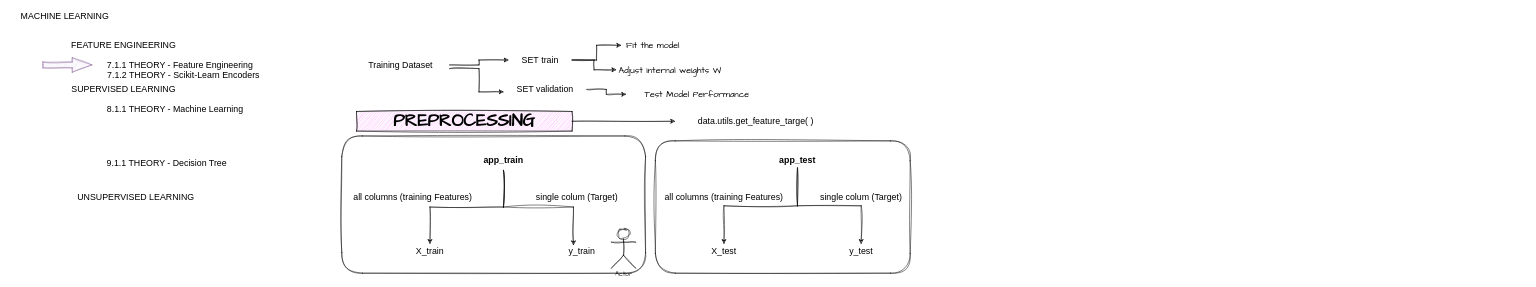
Innoktiv/Anyone-AI keeps this draw.io diagram as Sprint2.drawio. Above is the earlier version. Source tidied: cells renumbered, new cells numbered last; positions are measured from the earlier drawing's top-left corner, leaving out a move shared by most shapes. Both pictures are drawn from the tidied source at 49%, with x=0, y=0 at pixel (8, 8).
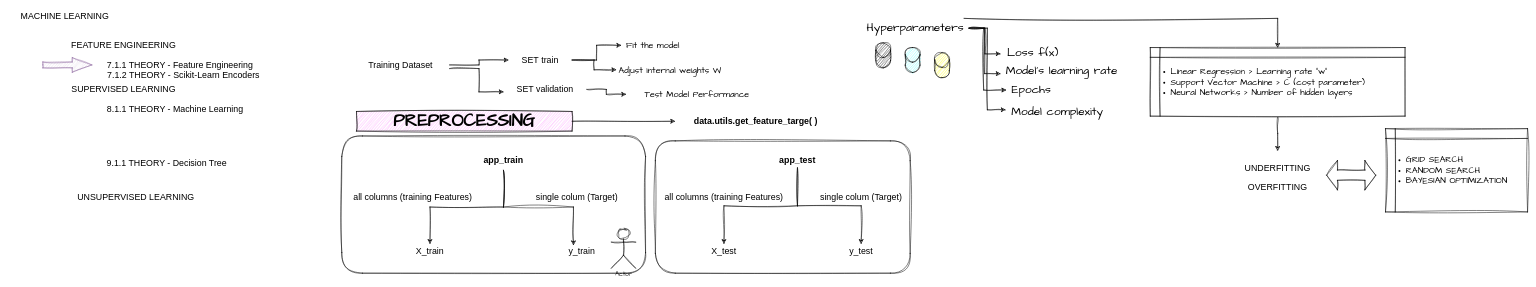
Above is the later version.

Change to the diagram source:
```diff
@@
-    <mxCell id="41" value="&lt;font face=&quot;Helvetica&quot; style=&quot;font-size: 18px;&quot;&gt;data.utils.get_feature_targe( )&lt;br&gt;&lt;/font&gt;" style="text;html=1;align=center;verticalAlign=middle;whiteSpace=wrap;rounded=0;fontFamily=Architects Daughter;" parent="1" vertex="1">
+    <mxCell id="41" value="&lt;font style=&quot;font-size: 18px;&quot; face=&quot;Helvetica&quot;&gt;data.utils.get_feature_targe( )&lt;br&gt;&lt;/font&gt;" style="text;html=1;align=center;verticalAlign=middle;whiteSpace=wrap;rounded=0;fontFamily=Architects Daughter;fontStyle=1;" parent="1" vertex="1">
       <mxGeometry x="1360" y="215" width="330" height="30" as="geometry" />
     </mxCell>
+    <mxCell id="42" style="shape=cylinder3;whiteSpace=wrap;html=1;boundedLbl=1;backgroundOutline=1;size=15;sketch=1;hachureGap=4;jiggle=2;curveFitting=1;fontFamily=Architects Daughter;fillColor=#000000;" parent="1" vertex="1">
+      <mxGeometry x="1770" y="70" width="30" height="51" as="geometry" />
+    </mxCell>
+    <mxCell id="43" style="shape=cylinder3;whiteSpace=wrap;html=1;boundedLbl=1;backgroundOutline=1;size=15;sketch=1;hachureGap=4;jiggle=2;curveFitting=1;fontFamily=Architects Daughter;fillColor=#66FFFF;" parent="1" vertex="1">
+      <mxGeometry x="1830" y="79.5" width="30" height="51" as="geometry" />
+    </mxCell>
+    <mxCell id="44" style="shape=cylinder3;whiteSpace=wrap;html=1;boundedLbl=1;backgroundOutline=1;size=15;sketch=1;hachureGap=4;jiggle=2;curveFitting=1;fontFamily=Architects Daughter;fillColor=#FFFF00;" parent="1" vertex="1">
+      <mxGeometry x="1890" y="90" width="30" height="51" as="geometry" />
+    </mxCell>
+    <mxCell id="45" style="edgeStyle=orthogonalEdgeStyle;rounded=0;sketch=1;hachureGap=4;jiggle=2;curveFitting=1;jettySize=auto;html=1;fontFamily=Architects Daughter;entryX=0.5;entryY=0;entryDx=0;entryDy=0;" parent="1" edge="1" target="56">
+      <mxGeometry relative="1" as="geometry">
+        <mxPoint x="1950" y="20" as="sourcePoint" />
+        <Array as="points">
+          <mxPoint x="2590" y="20" />
+        </Array>
+      </mxGeometry>
+    </mxCell>
+    <mxCell id="46" value="&lt;font style=&quot;font-size: 24px;&quot;&gt;Hyperparameters&lt;/font&gt;" style="text;html=1;align=center;verticalAlign=middle;points=[];strokeColor=none;fillColor=none;fontFamily=Architects Daughter;" parent="1" vertex="1">
+      <mxGeometry x="1740" y="20" width="220" height="40" as="geometry" />
+    </mxCell>
+    <mxCell id="47" value="&lt;font style=&quot;font-size: 24px;&quot;&gt;Loss f(x)&lt;/font&gt;" style="text;html=1;align=center;verticalAlign=middle;points=[];strokeColor=none;fillColor=none;fontFamily=Architects Daughter;" parent="1" vertex="1">
+      <mxGeometry x="2025" y="70" width="130" height="40" as="geometry" />
+    </mxCell>
+    <mxCell id="48" value="&lt;font style=&quot;font-size: 24px;&quot;&gt;Model's learning rate&lt;/font&gt;" style="text;html=1;align=center;verticalAlign=middle;points=[];strokeColor=none;fillColor=none;fontFamily=Architects Daughter;" parent="1" vertex="1">
+      <mxGeometry x="2024" y="106" width="250" height="40" as="geometry" />
+    </mxCell>
+    <mxCell id="49" value="&lt;font style=&quot;font-size: 24px;&quot;&gt;Epochs&lt;/font&gt;" style="text;html=1;align=center;verticalAlign=middle;points=[];strokeColor=none;fillColor=none;fontFamily=Architects Daughter;fontStyle=0;" parent="1" vertex="1">
+      <mxGeometry x="2037" y="146" width="100" height="40" as="geometry" />
+    </mxCell>
+    <mxCell id="50" style="edgeStyle=orthogonalEdgeStyle;rounded=0;sketch=1;hachureGap=4;jiggle=2;curveFitting=1;jettySize=auto;html=1;entryX=-0.006;entryY=0.56;entryDx=0;entryDy=0;entryPerimeter=0;fontFamily=Architects Daughter;" parent="1" edge="1" source="46" target="47">
+      <mxGeometry relative="1" as="geometry" />
+    </mxCell>
+    <mxCell id="51" style="edgeStyle=orthogonalEdgeStyle;rounded=0;sketch=1;hachureGap=4;jiggle=2;curveFitting=1;jettySize=auto;html=1;entryX=-0.012;entryY=0.506;entryDx=0;entryDy=0;entryPerimeter=0;fontFamily=Architects Daughter;" parent="1" edge="1" source="46" target="49">
+      <mxGeometry relative="1" as="geometry">
+        <Array as="points">
+          <mxPoint x="1990" y="40" />
+          <mxPoint x="1990" y="166" />
+        </Array>
+      </mxGeometry>
+    </mxCell>
+    <mxCell id="52" style="edgeStyle=orthogonalEdgeStyle;rounded=0;sketch=1;hachureGap=4;jiggle=2;curveFitting=1;jettySize=auto;html=1;entryX=0.001;entryY=0.67;entryDx=0;entryDy=0;entryPerimeter=0;fontFamily=Architects Daughter;" parent="1" edge="1" source="46" target="48">
+      <mxGeometry relative="1" as="geometry" />
+    </mxCell>
+    <mxCell id="53" value="&lt;font style=&quot;font-size: 24px;&quot;&gt;Model complexity&lt;/font&gt;" style="text;html=1;align=center;verticalAlign=middle;points=[];strokeColor=none;fillColor=none;fontFamily=Architects Daughter;" parent="1" vertex="1">
+      <mxGeometry x="2035" y="190" width="210" height="40" as="geometry" />
+    </mxCell>
+    <mxCell id="54" style="edgeStyle=orthogonalEdgeStyle;rounded=0;sketch=1;hachureGap=4;jiggle=2;curveFitting=1;jettySize=auto;html=1;entryX=-0.002;entryY=0.416;entryDx=0;entryDy=0;entryPerimeter=0;fontFamily=Architects Daughter;" parent="1" edge="1" source="46" target="53">
+      <mxGeometry relative="1" as="geometry" />
+    </mxCell>
+    <mxCell id="55" style="edgeStyle=orthogonalEdgeStyle;rounded=0;sketch=1;hachureGap=4;jiggle=2;curveFitting=1;jettySize=auto;html=1;fontFamily=Architects Daughter;" parent="1" edge="1" source="56">
+      <mxGeometry relative="1" as="geometry">
+        <mxPoint x="2590" y="290" as="targetPoint" />
+      </mxGeometry>
+    </mxCell>
+    <mxCell id="56" value="&lt;ul&gt;&lt;li&gt;&lt;span style=&quot;font-size: 18px;&quot;&gt;Linear Regression &amp;gt; Learning rate &quot;w&quot;&lt;/span&gt;&lt;/li&gt;&lt;li&gt;&lt;span style=&quot;font-size: 18px;&quot;&gt;Support Vector Machine &amp;gt; C (cost parameter)&lt;/span&gt;&lt;/li&gt;&lt;li&gt;&lt;span style=&quot;font-size: 18px;&quot;&gt;Neural Networks &amp;gt; Number of hidden layers&lt;/span&gt;&lt;/li&gt;&lt;/ul&gt;" style="shape=internalStorage;whiteSpace=wrap;html=1;backgroundOutline=1;sketch=1;hachureGap=4;jiggle=2;curveFitting=1;fontFamily=Architects Daughter;align=left;" parent="1" vertex="1">
+      <mxGeometry x="2330" y="79.5" width="520" height="140" as="geometry" />
+    </mxCell>
+    <mxCell id="57" value="&lt;font face=&quot;Helvetica&quot; style=&quot;font-size: 18px;&quot;&gt;UNDERFITTING&lt;br&gt;&lt;/font&gt;" style="text;html=1;align=center;verticalAlign=middle;whiteSpace=wrap;rounded=0;fontFamily=Architects Daughter;" parent="1" vertex="1">
+      <mxGeometry x="2490" y="310" width="200" height="30" as="geometry" />
+    </mxCell>
+    <mxCell id="58" value="&lt;font face=&quot;Helvetica&quot; style=&quot;font-size: 18px;&quot;&gt;OVERFITTING&lt;br&gt;&lt;/font&gt;" style="text;html=1;align=center;verticalAlign=middle;whiteSpace=wrap;rounded=0;fontFamily=Architects Daughter;" parent="1" vertex="1">
+      <mxGeometry x="2490" y="350" width="200" height="30" as="geometry" />
+    </mxCell>
+    <mxCell id="59" value="&lt;ul&gt;&lt;li&gt;&lt;span style=&quot;font-size: 18px;&quot;&gt;GRID SEARCH&lt;/span&gt;&lt;/li&gt;&lt;li&gt;&lt;span style=&quot;font-size: 18px;&quot;&gt;RANDOM SEARCH&lt;/span&gt;&lt;/li&gt;&lt;li&gt;&lt;span style=&quot;font-size: 18px;&quot;&gt;BAYESIAN OPTIMIZATION&lt;/span&gt;&lt;/li&gt;&lt;/ul&gt;" style="shape=internalStorage;whiteSpace=wrap;html=1;backgroundOutline=1;sketch=1;hachureGap=4;jiggle=2;curveFitting=1;fontFamily=Architects Daughter;align=left;" parent="1" vertex="1">
+      <mxGeometry x="2810" y="245" width="290" height="170" as="geometry" />
+    </mxCell>
+    <mxCell id="60" style="html=1;shadow=0;dashed=0;align=center;verticalAlign=middle;shape=mxgraph.arrows2.twoWayArrow;dy=0.65;dx=22;sketch=1;hachureGap=4;jiggle=2;curveFitting=1;fontFamily=Architects Daughter;" parent="1" vertex="1">
+      <mxGeometry x="2690" y="310" width="100" height="60" as="geometry" />
+    </mxCell>
```
